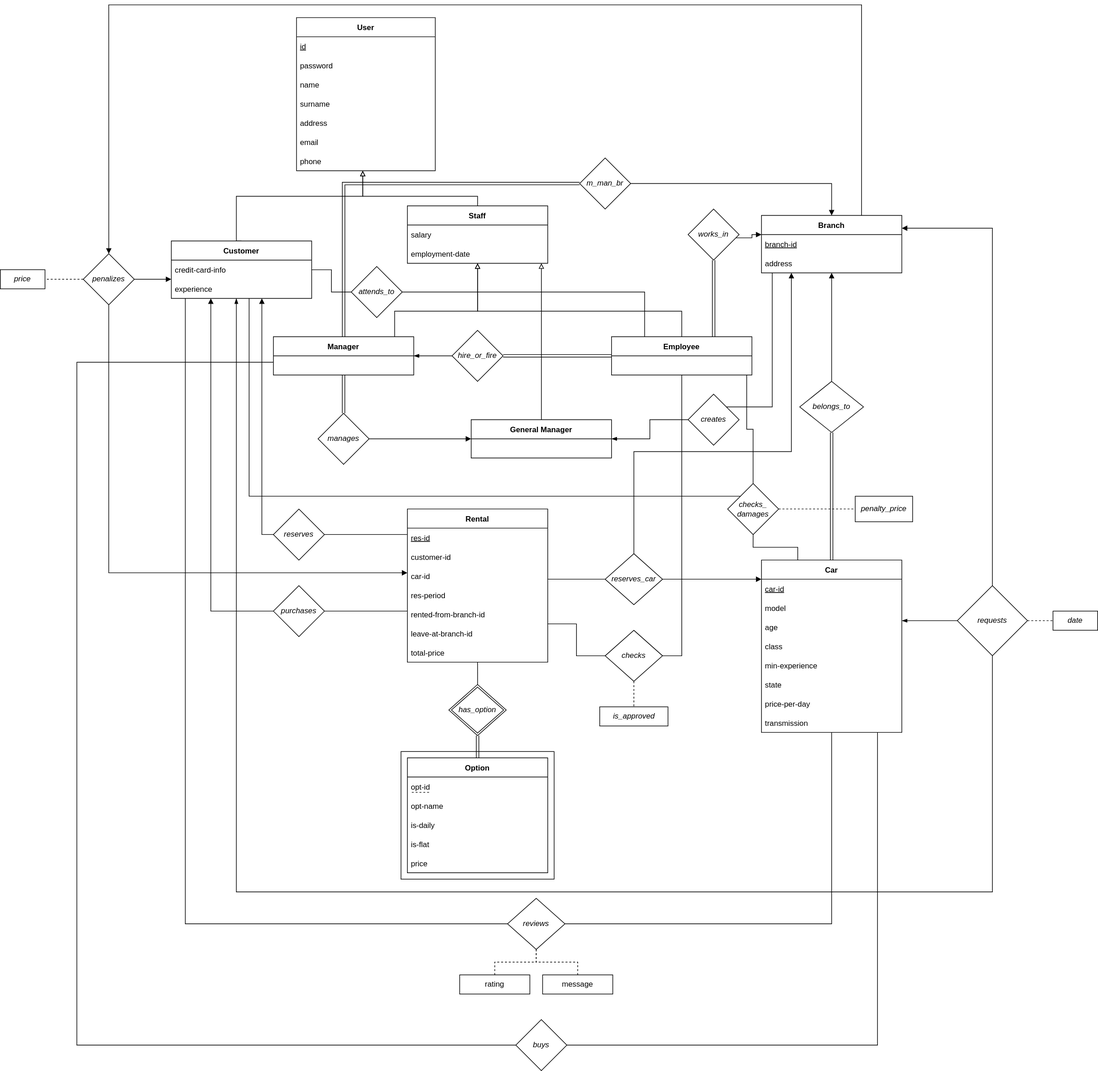
cs353rental/cs353rental.github.io keeps this draw.io diagram as resources/CS353_group-15_ER.svg. Above is the earlier version. Source tidied: cells renumbered, new cells last; positions are measured from the earlier drawing's top-left corner, leaving out a move shared by most shapes.
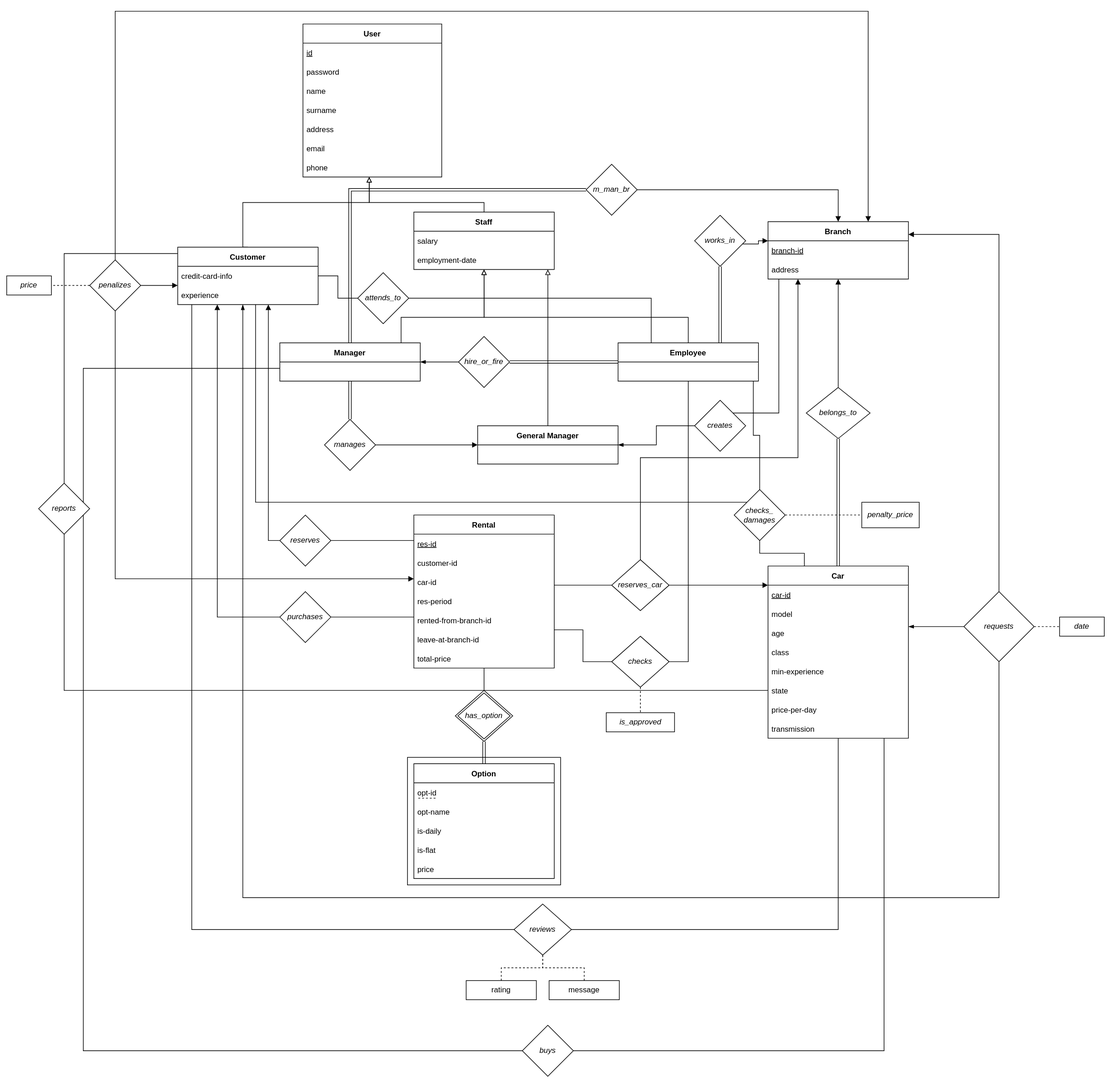
After the change.

Diff of the diagram source:
```diff
@@ -124,7 +124,7 @@
     <mxCell id="36" value="employment-date" style="text;strokeColor=none;fillColor=none;align=left;verticalAlign=middle;spacingLeft=4;spacingRight=4;overflow=hidden;" parent="34" vertex="1">
       <mxGeometry y="60" width="220" height="30" as="geometry" />
     </mxCell>
-    <mxCell id="37" style="edgeStyle=orthogonalEdgeStyle;rounded=0;jettySize=auto;html=1;entryX=0.5;entryY=0;entryDx=0;entryDy=0;startArrow=none;startFill=0;endArrow=block;endFill=1;" parent="1" edge="1" source="38" target="96">
+    <mxCell id="37" style="edgeStyle=orthogonalEdgeStyle;rounded=0;jettySize=auto;html=1;entryX=0.5;entryY=0;entryDx=0;entryDy=0;startArrow=block;startFill=1;endArrow=none;endFill=0;" parent="1" edge="1" source="38" target="96">
       <mxGeometry relative="1" as="geometry">
         <Array as="points">
           <mxPoint x="1350" />
@@ -507,5 +507,18 @@
         <mxPoint x="675" y="1234" as="targetPoint" />
       </mxGeometry>
     </mxCell>
+    <mxCell id="119" style="edgeStyle=orthogonalEdgeStyle;rounded=0;jettySize=auto;html=1;entryX=0;entryY=0.5;entryDx=0;entryDy=0;endArrow=none;endFill=0;" parent="1" edge="1" source="120" target="29">
+      <mxGeometry relative="1" as="geometry" />
+    </mxCell>
+    <mxCell id="120" value="&lt;span style=&quot;font-weight: normal&quot;&gt;&lt;i&gt;reports&lt;/i&gt;&lt;/span&gt;" style="rhombus;whiteSpace=wrap;html=1;fontStyle=1;startSize=30;" parent="1" vertex="1">
+      <mxGeometry x="50" y="740" width="80" height="80" as="geometry" />
+    </mxCell>
+    <mxCell id="121" style="edgeStyle=orthogonalEdgeStyle;rounded=0;jettySize=auto;html=1;entryX=0.5;entryY=0;entryDx=0;entryDy=0;endArrow=none;endFill=0;" parent="1" edge="1" source="12" target="120">
+      <mxGeometry relative="1" as="geometry">
+        <Array as="points">
+          <mxPoint x="90" y="380" />
+        </Array>
+      </mxGeometry>
+    </mxCell>
   </root>
 </mxGraphModel>
```
